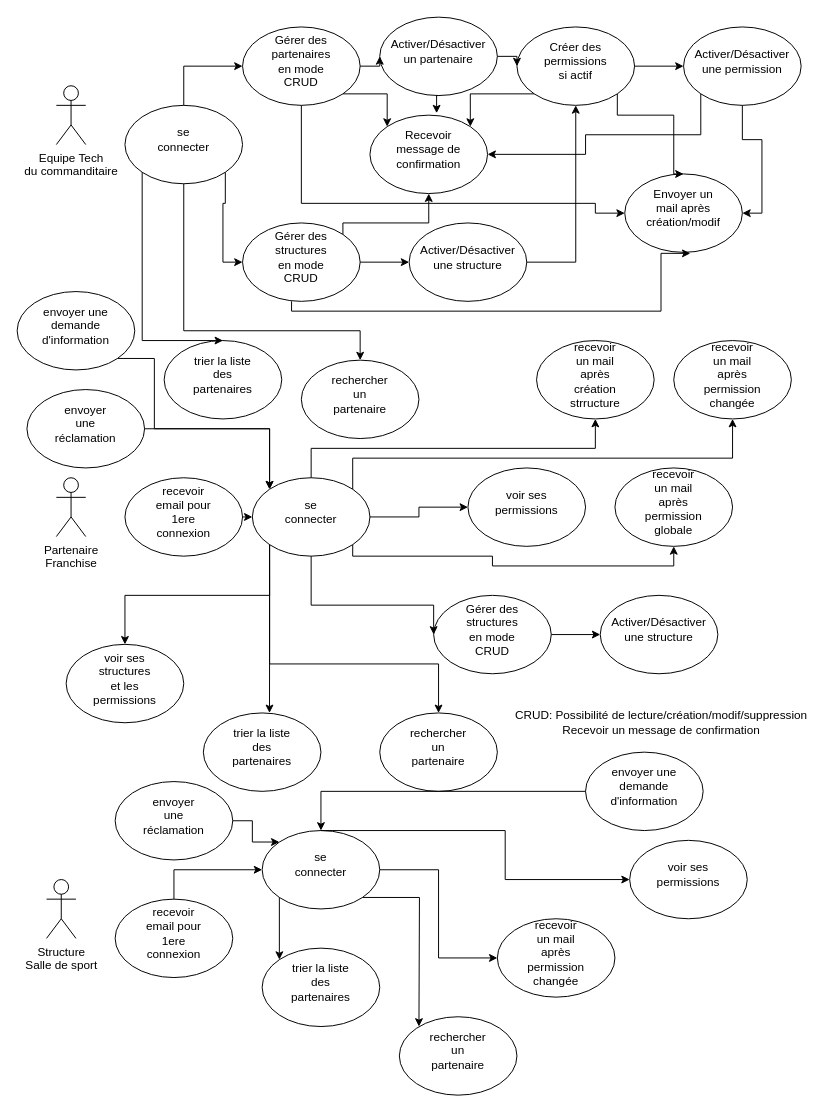
This is PlanetBody/fonctionnalités.drawio from cyrisa02/diagrammes-UML, a draw.io file, before an edit. Source tidied: cells renumbered, new cells numbered last; positions are measured from the earlier drawing's top-left corner, leaving out a move shared by most shapes. Both pictures are drawn from the tidied source at 98%, with x=0, y=0 at pixel (17, 17).
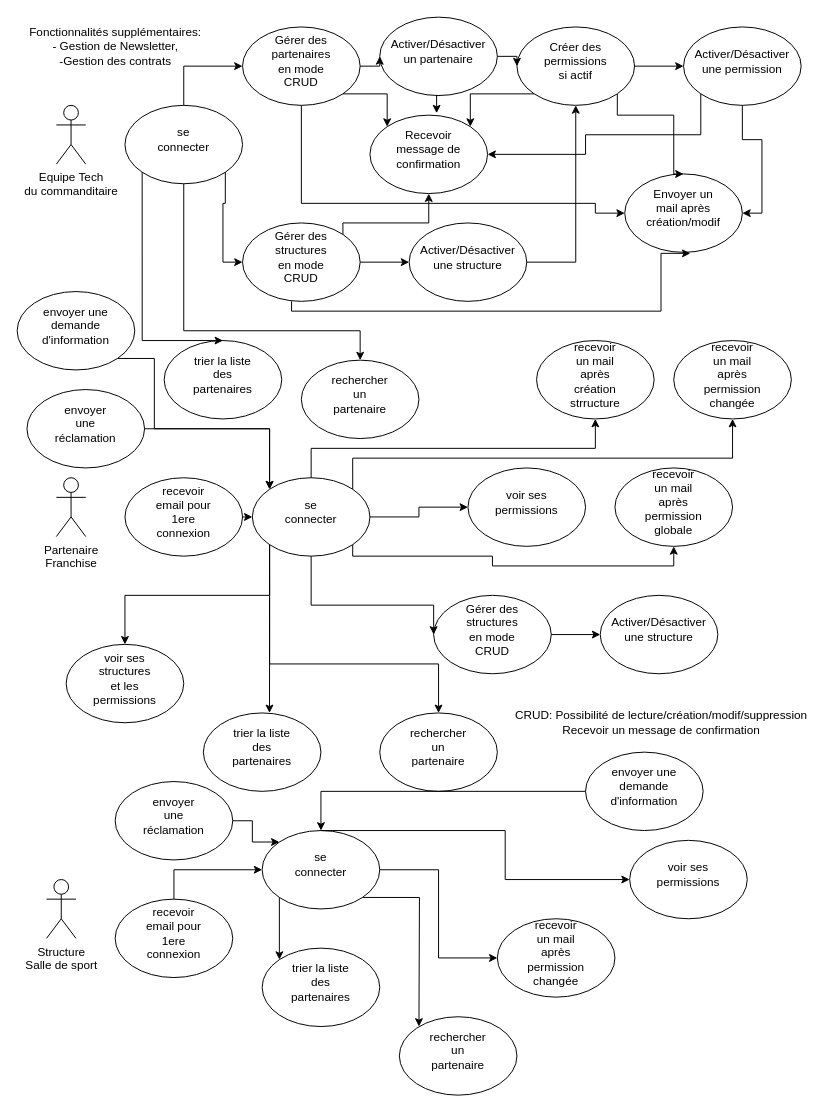
The same diagram, later.

Commit message:
Mettre à jour fonctionnalités.drawio

The edit, as a diff of the source:
```diff
@@
     <mxCell id="2" value="&lt;div&gt;Equipe Tech&lt;/div&gt;&lt;div&gt;du commanditaire&lt;br&gt;&lt;/div&gt;" style="shape=umlActor;verticalLabelPosition=bottom;verticalAlign=top;html=1;" parent="1" vertex="1">
-      <mxGeometry x="40" y="70" width="30" height="60" as="geometry" />
+      <mxGeometry x="40" y="90" width="30" height="60" as="geometry" />
     </mxCell>
@@
+    <mxCell id="139" value="Fonctionnalités supplémentaires:&lt;br&gt;- Gestion de Newsletter,&lt;br&gt;-Gestion des contrats" style="text;html=1;align=center;verticalAlign=middle;fillColor=none;strokeColor=none;rounded=0;" parent="1" vertex="1">
+      <mxGeometry width="200" height="60" as="geometry" />
+    </mxCell>
```
